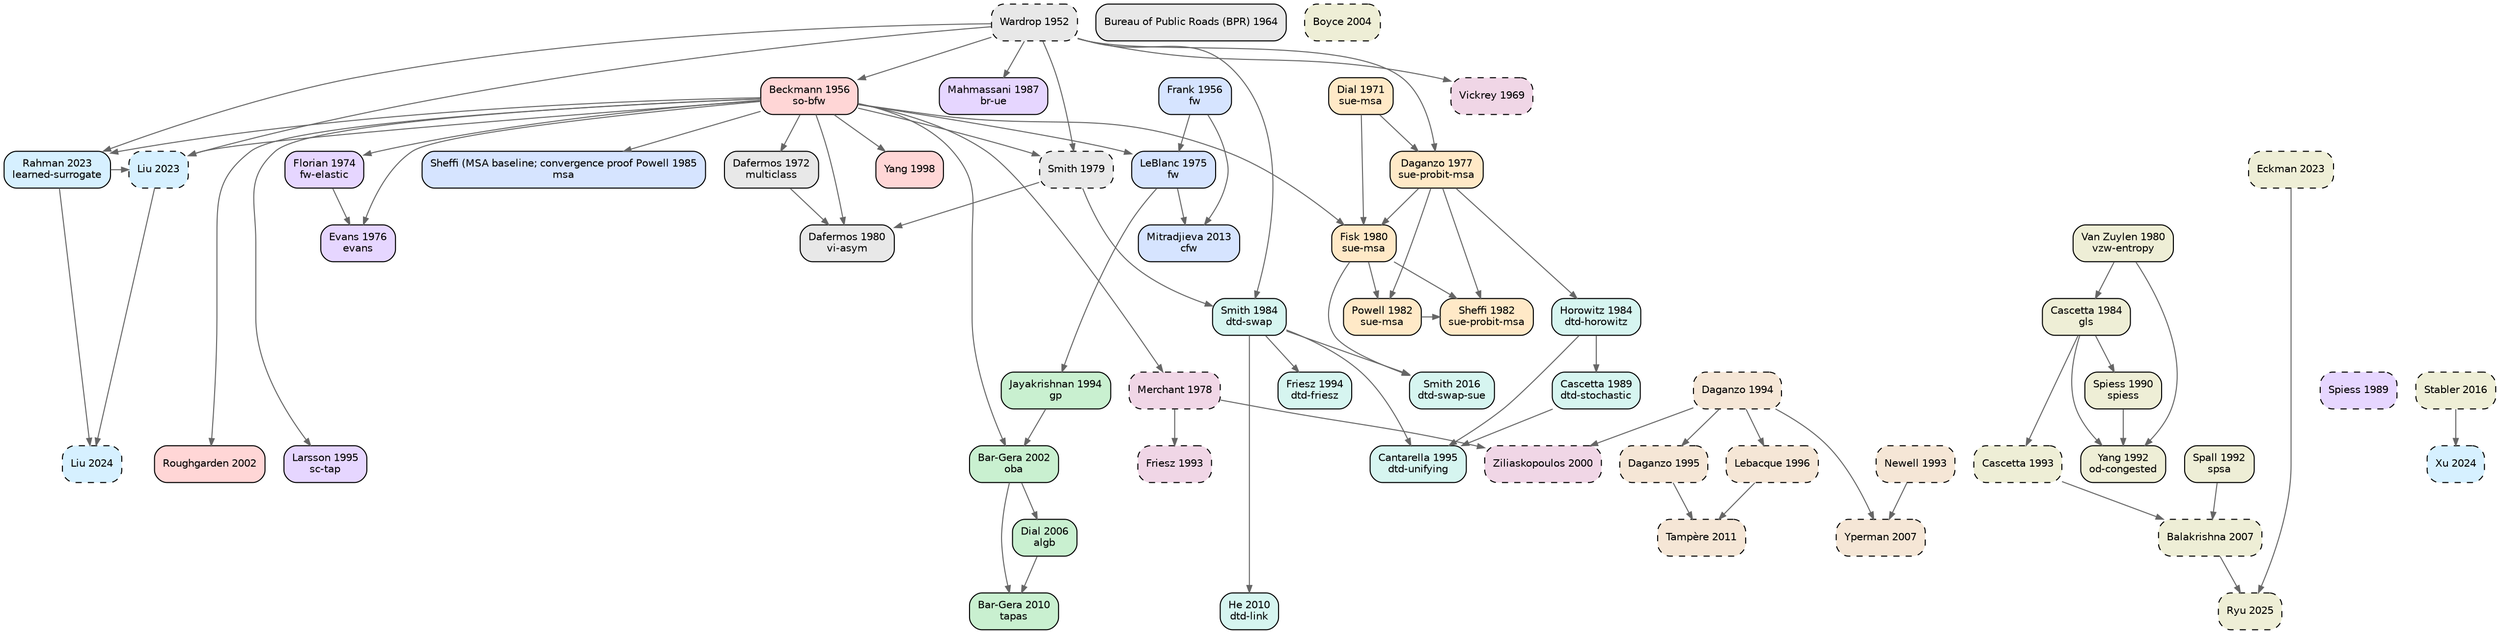
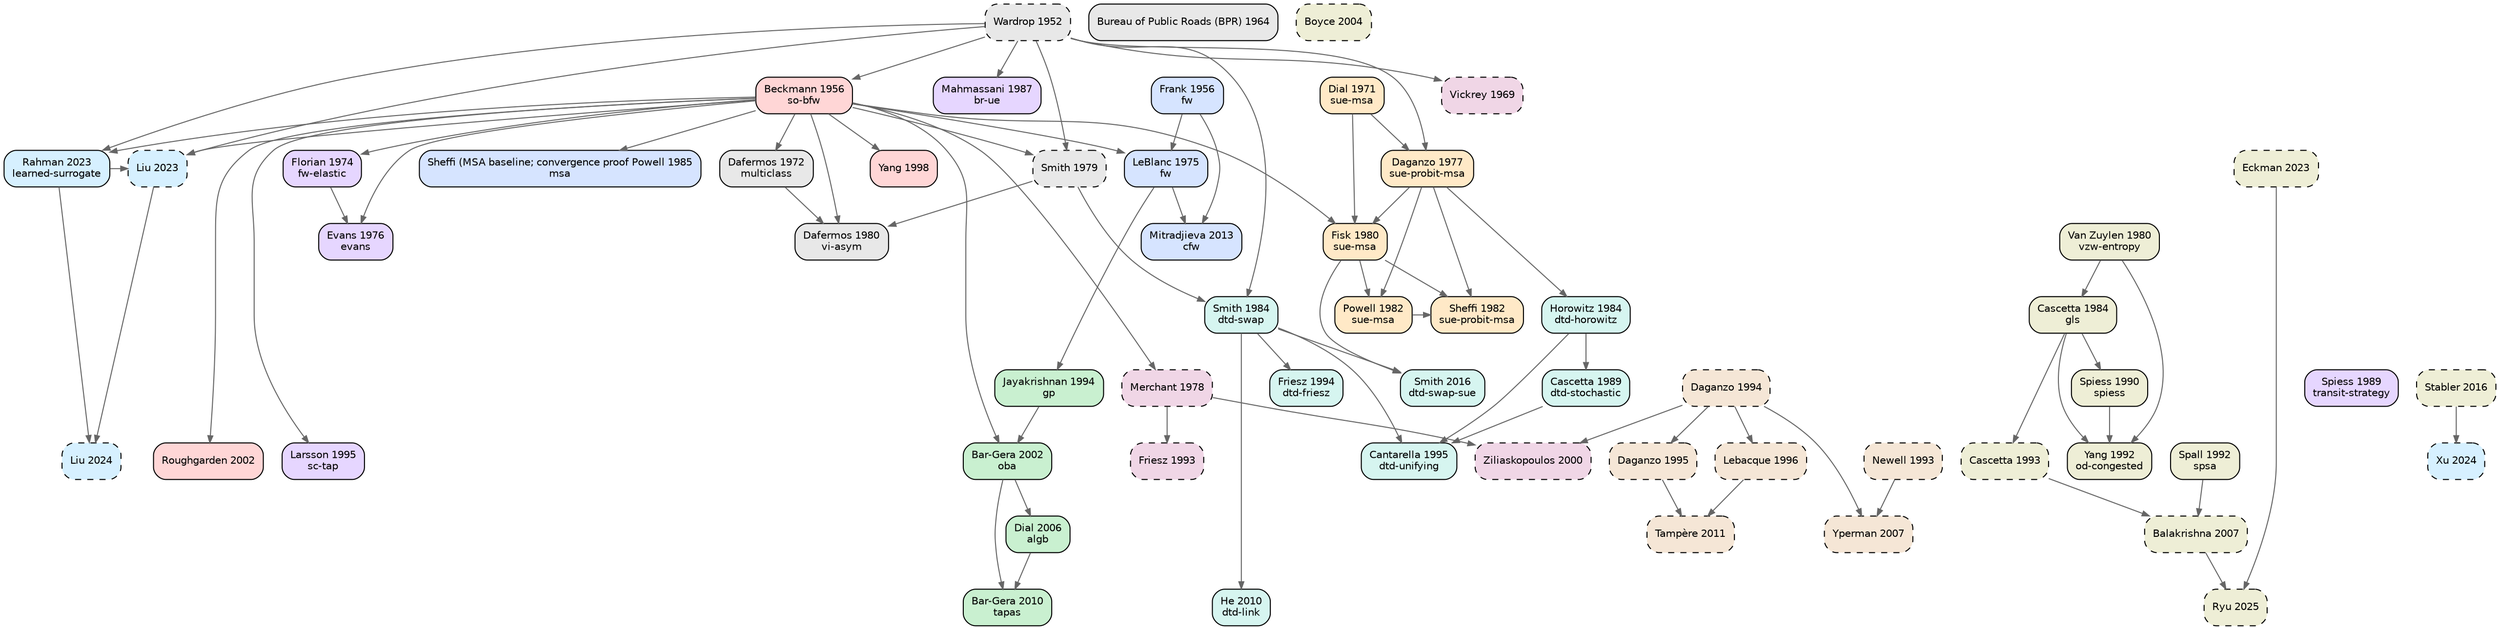
digraph TA_evolution {
  rankdir=TB; node [shape=box,style="rounded,filled",fontname="Helvetica",fontsize=10];
  edge [color="#666666",arrowsize=0.7];
  { rank=same; "wardrop1952some" }
  { rank=same; "frank1956algorithm" "beckmann1956studies" }
  { rank=same; "bpr1964traffic" }
  { rank=same; "vickrey1969congestion" }
  { rank=same; "dial1971probabilistic" }
  { rank=same; "dafermos1972traffic" }
  { rank=same; "florian1974method" }
  { rank=same; "leblanc1975efficient" }
  { rank=same; "evans1976derivation" }
  { rank=same; "daganzo1977stochastic" }
  { rank=same; "merchant1978model" }
  { rank=same; "smith1979existence" }
  { rank=same; "dafermos1980traffic" "fisk1980some" "vanzuylen1980most" }
  { rank=same; "powell1982convergence" "sheffi1982algorithm" }
  { rank=same; "horowitz1984stability" "smith1984stability" "cascetta1984estimation" }
  { rank=same; "sheffi1985urban" }
  { rank=same; "mahmassani1987on" }
  { rank=same; "spiess1989optimal" "cascetta1989stochastic" }
  { rank=same; "spiess1990gradient" }
  { rank=same; "spall1992multivariate" "yang1992estimation" }
  { rank=same; "newell1993simplified" "friesz1993variational" "cascetta1993dynamic" }
  { rank=same; "jayakrishnan1994faster" "friesz1994daytoday" "daganzo1994cell" }
  { rank=same; "larsson1995augmented" "cantarella1995dynamic" "daganzo1995cell" }
  { rank=same; "lebacque1996godunov" }
  { rank=same; "yang1998principle" }
  { rank=same; "ziliaskopoulos2000linear" }
  { rank=same; "bargera2002origin" "roughgarden2002how" }
  { rank=same; "boyce2004convergence" }
  { rank=same; "dial2006path" }
  { rank=same; "yperman2007link" "balakrishna2007offline" }
  { rank=same; "bargera2010traffic" "he2010linkbased" }
  { rank=same; "tampere2011generic" }
  { rank=same; "mitradjieva2013stiff" }
  { rank=same; "smith2016routeswapping" "stabler2016transportation" }
  { rank=same; "liu2023end" "rahman2023data" "eckman2023simopt" }
  { rank=same; "liu2024end" "xu2024unified" }
  { rank=same; "ryu2025bo4mob" }
  "wardrop1952some" [label="Wardrop 1952\n",fillcolor="#e8e8e8",style="rounded,filled,dashed"];
  "bpr1964traffic" [label="Bureau of Public Roads (BPR) 1964\n",fillcolor="#e8e8e8",style="rounded,filled"];
  "dafermos1972traffic" [label="Dafermos 1972\nmulticlass",fillcolor="#e8e8e8",style="rounded,filled"];
  "smith1979existence" [label="Smith 1979\n",fillcolor="#e8e8e8",style="rounded,filled,dashed"];
  "dafermos1980traffic" [label="Dafermos 1980\nvi-asym",fillcolor="#e8e8e8",style="rounded,filled"];
  "frank1956algorithm" [label="Frank 1956\nfw",fillcolor="#d6e4ff",style="rounded,filled"];
  "leblanc1975efficient" [label="LeBlanc 1975\nfw",fillcolor="#d6e4ff",style="rounded,filled"];
  "sheffi1985urban" [label="Sheffi (MSA baseline; convergence proof Powell 1985\nmsa",fillcolor="#d6e4ff",style="rounded,filled"];
  "mitradjieva2013stiff" [label="Mitradjieva 2013\ncfw",fillcolor="#d6e4ff",style="rounded,filled"];
  "jayakrishnan1994faster" [label="Jayakrishnan 1994\ngp",fillcolor="#c9f0d0",style="rounded,filled"];
  "bargera2002origin" [label="Bar-Gera 2002\noba",fillcolor="#c9f0d0",style="rounded,filled"];
  "dial2006path" [label="Dial 2006\nalgb",fillcolor="#c9f0d0",style="rounded,filled"];
  "bargera2010traffic" [label="Bar-Gera 2010\ntapas",fillcolor="#c9f0d0",style="rounded,filled"];
  "dial1971probabilistic" [label="Dial 1971\nsue-msa",fillcolor="#ffe9c7",style="rounded,filled"];
  "daganzo1977stochastic" [label="Daganzo 1977\nsue-probit-msa",fillcolor="#ffe9c7",style="rounded,filled"];
  "fisk1980some" [label="Fisk 1980\nsue-msa",fillcolor="#ffe9c7",style="rounded,filled"];
  "powell1982convergence" [label="Powell 1982\nsue-msa",fillcolor="#ffe9c7",style="rounded,filled"];
  "sheffi1982algorithm" [label="Sheffi 1982\nsue-probit-msa",fillcolor="#ffe9c7",style="rounded,filled"];
  "beckmann1956studies" [label="Beckmann 1956\nso-bfw",fillcolor="#ffd6d6",style="rounded,filled"];
  "yang1998principle" [label="Yang 1998\n",fillcolor="#ffd6d6",style="rounded,filled"];
  "roughgarden2002how" [label="Roughgarden 2002\n",fillcolor="#ffd6d6",style="rounded,filled"];
  "florian1974method" [label="Florian 1974\nfw-elastic",fillcolor="#e6d6ff",style="rounded,filled"];
  "evans1976derivation" [label="Evans 1976\nevans",fillcolor="#e6d6ff",style="rounded,filled"];
  "mahmassani1987on" [label="Mahmassani 1987\nbr-ue",fillcolor="#e6d6ff",style="rounded,filled"];
-   "spiess1989optimal" [label="Spiess 1989\n",fillcolor="#e6d6ff",style="rounded,filled,dashed"];
+   "spiess1989optimal" [label="Spiess 1989\ntransit-strategy",fillcolor="#e6d6ff",style="rounded,filled"];
  "larsson1995augmented" [label="Larsson 1995\nsc-tap",fillcolor="#e6d6ff",style="rounded,filled"];
  "horowitz1984stability" [label="Horowitz 1984\ndtd-horowitz",fillcolor="#d6f5f0",style="rounded,filled"];
  "smith1984stability" [label="Smith 1984\ndtd-swap",fillcolor="#d6f5f0",style="rounded,filled"];
  "cascetta1989stochastic" [label="Cascetta 1989\ndtd-stochastic",fillcolor="#d6f5f0",style="rounded,filled"];
  "friesz1994daytoday" [label="Friesz 1994\ndtd-friesz",fillcolor="#d6f5f0",style="rounded,filled"];
  "cantarella1995dynamic" [label="Cantarella 1995\ndtd-unifying",fillcolor="#d6f5f0",style="rounded,filled"];
  "he2010linkbased" [label="He 2010\ndtd-link",fillcolor="#d6f5f0",style="rounded,filled"];
  "smith2016routeswapping" [label="Smith 2016\ndtd-swap-sue",fillcolor="#d6f5f0",style="rounded,filled"];
  "newell1993simplified" [label="Newell 1993\n",fillcolor="#f5e6d6",style="rounded,filled,dashed"];
  "daganzo1994cell" [label="Daganzo 1994\n",fillcolor="#f5e6d6",style="rounded,filled,dashed"];
  "daganzo1995cell" [label="Daganzo 1995\n",fillcolor="#f5e6d6",style="rounded,filled,dashed"];
  "lebacque1996godunov" [label="Lebacque 1996\n",fillcolor="#f5e6d6",style="rounded,filled,dashed"];
  "yperman2007link" [label="Yperman 2007\n",fillcolor="#f5e6d6",style="rounded,filled,dashed"];
  "tampere2011generic" [label="Tampère 2011\n",fillcolor="#f5e6d6",style="rounded,filled,dashed"];
  "vickrey1969congestion" [label="Vickrey 1969\n",fillcolor="#f0d6e6",style="rounded,filled,dashed"];
  "merchant1978model" [label="Merchant 1978\n",fillcolor="#f0d6e6",style="rounded,filled,dashed"];
  "friesz1993variational" [label="Friesz 1993\n",fillcolor="#f0d6e6",style="rounded,filled,dashed"];
  "ziliaskopoulos2000linear" [label="Ziliaskopoulos 2000\n",fillcolor="#f0d6e6",style="rounded,filled,dashed"];
  "liu2023end" [label="Liu 2023\n",fillcolor="#d6f0ff",style="rounded,filled,dashed"];
  "rahman2023data" [label="Rahman 2023\nlearned-surrogate",fillcolor="#d6f0ff",style="rounded,filled"];
  "liu2024end" [label="Liu 2024\n",fillcolor="#d6f0ff",style="rounded,filled,dashed"];
  "xu2024unified" [label="Xu 2024\n",fillcolor="#d6f0ff",style="rounded,filled,dashed"];
  "vanzuylen1980most" [label="Van Zuylen 1980\nvzw-entropy",fillcolor="#eeeed6",style="rounded,filled"];
  "cascetta1984estimation" [label="Cascetta 1984\ngls",fillcolor="#eeeed6",style="rounded,filled"];
  "spiess1990gradient" [label="Spiess 1990\nspiess",fillcolor="#eeeed6",style="rounded,filled"];
  "spall1992multivariate" [label="Spall 1992\nspsa",fillcolor="#eeeed6",style="rounded,filled"];
  "yang1992estimation" [label="Yang 1992\nod-congested",fillcolor="#eeeed6",style="rounded,filled"];
  "cascetta1993dynamic" [label="Cascetta 1993\n",fillcolor="#eeeed6",style="rounded,filled,dashed"];
  "boyce2004convergence" [label="Boyce 2004\n",fillcolor="#eeeed6",style="rounded,filled,dashed"];
  "balakrishna2007offline" [label="Balakrishna 2007\n",fillcolor="#eeeed6",style="rounded,filled,dashed"];
  "stabler2016transportation" [label="Stabler 2016\n",fillcolor="#eeeed6",style="rounded,filled,dashed"];
  "eckman2023simopt" [label="Eckman 2023\n",fillcolor="#eeeed6",style="rounded,filled,dashed"];
  "ryu2025bo4mob" [label="Ryu 2025\n",fillcolor="#eeeed6",style="rounded,filled,dashed"];
  "beckmann1956studies" -> "dafermos1972traffic";
  "wardrop1952some" -> "smith1979existence";
  "beckmann1956studies" -> "smith1979existence";
  "smith1979existence" -> "dafermos1980traffic";
  "beckmann1956studies" -> "dafermos1980traffic";
  "dafermos1972traffic" -> "dafermos1980traffic";
  "frank1956algorithm" -> "leblanc1975efficient";
  "beckmann1956studies" -> "leblanc1975efficient";
  "beckmann1956studies" -> "sheffi1985urban";
  "leblanc1975efficient" -> "mitradjieva2013stiff";
  "frank1956algorithm" -> "mitradjieva2013stiff";
  "leblanc1975efficient" -> "jayakrishnan1994faster";
  "jayakrishnan1994faster" -> "bargera2002origin";
  "beckmann1956studies" -> "bargera2002origin";
  "bargera2002origin" -> "dial2006path";
  "dial2006path" -> "bargera2010traffic";
  "bargera2002origin" -> "bargera2010traffic";
  "dial1971probabilistic" -> "daganzo1977stochastic";
  "wardrop1952some" -> "daganzo1977stochastic";
  "daganzo1977stochastic" -> "fisk1980some";
  "dial1971probabilistic" -> "fisk1980some";
  "beckmann1956studies" -> "fisk1980some";
  "fisk1980some" -> "powell1982convergence";
  "daganzo1977stochastic" -> "powell1982convergence";
  "daganzo1977stochastic" -> "sheffi1982algorithm";
  "powell1982convergence" -> "sheffi1982algorithm";
  "fisk1980some" -> "sheffi1982algorithm";
  "wardrop1952some" -> "beckmann1956studies";
  "beckmann1956studies" -> "yang1998principle";
  "beckmann1956studies" -> "roughgarden2002how";
  "beckmann1956studies" -> "florian1974method";
  "beckmann1956studies" -> "evans1976derivation";
  "florian1974method" -> "evans1976derivation";
  "wardrop1952some" -> "mahmassani1987on";
  "beckmann1956studies" -> "larsson1995augmented";
  "daganzo1977stochastic" -> "horowitz1984stability";
  "smith1979existence" -> "smith1984stability";
  "wardrop1952some" -> "smith1984stability";
  "horowitz1984stability" -> "cascetta1989stochastic";
  "smith1984stability" -> "friesz1994daytoday";
  "cascetta1989stochastic" -> "cantarella1995dynamic";
  "smith1984stability" -> "cantarella1995dynamic";
  "horowitz1984stability" -> "cantarella1995dynamic";
  "smith1984stability" -> "he2010linkbased";
  "smith1984stability" -> "smith2016routeswapping";
  "fisk1980some" -> "smith2016routeswapping";
  "daganzo1994cell" -> "daganzo1995cell";
  "daganzo1994cell" -> "lebacque1996godunov";
  "newell1993simplified" -> "yperman2007link";
  "daganzo1994cell" -> "yperman2007link";
  "daganzo1995cell" -> "tampere2011generic";
  "lebacque1996godunov" -> "tampere2011generic";
  "wardrop1952some" -> "vickrey1969congestion";
  "beckmann1956studies" -> "merchant1978model";
  "merchant1978model" -> "friesz1993variational";
  "merchant1978model" -> "ziliaskopoulos2000linear";
  "daganzo1994cell" -> "ziliaskopoulos2000linear";
  "rahman2023data" -> "liu2023end";
  "beckmann1956studies" -> "liu2023end";
  "wardrop1952some" -> "liu2023end";
  "wardrop1952some" -> "rahman2023data";
  "beckmann1956studies" -> "rahman2023data";
  "rahman2023data" -> "liu2024end";
  "liu2023end" -> "liu2024end";
  "stabler2016transportation" -> "xu2024unified";
  "vanzuylen1980most" -> "cascetta1984estimation";
  "cascetta1984estimation" -> "spiess1990gradient";
  "cascetta1984estimation" -> "yang1992estimation";
  "spiess1990gradient" -> "yang1992estimation";
  "vanzuylen1980most" -> "yang1992estimation";
  "cascetta1984estimation" -> "cascetta1993dynamic";
  "spall1992multivariate" -> "balakrishna2007offline";
  "cascetta1993dynamic" -> "balakrishna2007offline";
  "eckman2023simopt" -> "ryu2025bo4mob";
  "balakrishna2007offline" -> "ryu2025bo4mob";
}
